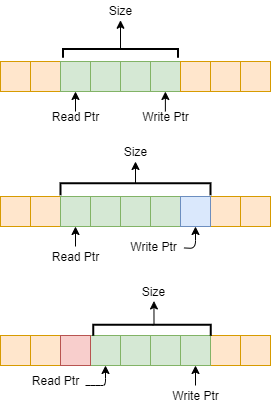
Above: Diagrams/ringBufferBasics.png in Hannsel101/PCIP_Intern_Proj_1 (draw.io), before the change. Source tidied: cells renumbered, new cells last; positions are measured from the earlier drawing's top-left corner, leaving out a move shared by most shapes. Its diagram source:
```xml
<mxGraphModel>
  <root>
    <mxCell id="0" />
    <mxCell id="1" parent="0" />
    <mxCell id="2" style="whiteSpace=wrap;html=1;fillColor=#ffe6cc;strokeColor=#d79b00;" parent="1" vertex="1">
      <mxGeometry y="66" width="30" height="30" as="geometry" />
    </mxCell>
    <mxCell id="3" style="whiteSpace=wrap;html=1;fillColor=#d5e8d4;strokeColor=#82b366;" parent="1" vertex="1">
      <mxGeometry x="120" y="66" width="30" height="30" as="geometry" />
    </mxCell>
    <mxCell id="4" style="whiteSpace=wrap;html=1;fillColor=#d5e8d4;strokeColor=#82b366;" parent="1" vertex="1">
      <mxGeometry x="90" y="66" width="30" height="30" as="geometry" />
    </mxCell>
    <mxCell id="5" style="whiteSpace=wrap;html=1;fillColor=#d5e8d4;strokeColor=#82b366;" parent="1" vertex="1">
      <mxGeometry x="150" y="66" width="30" height="30" as="geometry" />
    </mxCell>
    <mxCell id="6" style="whiteSpace=wrap;html=1;fillColor=#ffe6cc;strokeColor=#d79b00;" parent="1" vertex="1">
      <mxGeometry x="210" y="66" width="30" height="30" as="geometry" />
    </mxCell>
    <mxCell id="7" style="whiteSpace=wrap;html=1;fillColor=#ffe6cc;strokeColor=#d79b00;" parent="1" vertex="1">
      <mxGeometry x="240" y="66" width="30" height="30" as="geometry" />
    </mxCell>
    <mxCell id="8" style="whiteSpace=wrap;html=1;fillColor=#ffe6cc;strokeColor=#d79b00;" parent="1" vertex="1">
      <mxGeometry x="180" y="66" width="30" height="30" as="geometry" />
    </mxCell>
    <mxCell id="9" style="whiteSpace=wrap;html=1;fillColor=#ffe6cc;strokeColor=#d79b00;" parent="1" vertex="1">
      <mxGeometry x="30" y="66" width="30" height="30" as="geometry" />
    </mxCell>
    <mxCell id="10" style="whiteSpace=wrap;html=1;fillColor=#d5e8d4;strokeColor=#82b366;" parent="1" vertex="1">
      <mxGeometry x="60" y="66" width="30" height="30" as="geometry" />
    </mxCell>
    <mxCell id="11" style="endArrow=classic;html=1;entryX=0.5;entryY=1;entryDx=0;entryDy=0;" parent="1" edge="1" target="10">
      <mxGeometry relative="1" as="geometry">
        <mxPoint x="75" y="116" as="sourcePoint" />
      </mxGeometry>
    </mxCell>
    <mxCell id="12" value="Read Ptr" style="text;html=1;align=center;verticalAlign=middle;" parent="1" vertex="1">
      <mxGeometry x="45" y="111" width="60" height="20" as="geometry" />
    </mxCell>
    <mxCell id="13" style="endArrow=classic;html=1;entryX=0.5;entryY=1;entryDx=0;entryDy=0;" parent="1" edge="1">
      <mxGeometry relative="1" as="geometry">
        <mxPoint x="164.9" y="116" as="sourcePoint" />
        <mxPoint x="164.9" y="96" as="targetPoint" />
      </mxGeometry>
    </mxCell>
    <mxCell id="14" value="Write Ptr" style="text;html=1;align=center;verticalAlign=middle;" parent="1" vertex="1">
      <mxGeometry x="135" y="111" width="60" height="20" as="geometry" />
    </mxCell>
    <mxCell id="15" style="strokeWidth=2;html=1;shape=mxgraph.flowchart.annotation_1;align=left;rotation=90;" parent="1" vertex="1">
      <mxGeometry x="115.6" y="0.4" width="8.8" height="115" as="geometry" />
    </mxCell>
    <mxCell id="16" style="endArrow=classic;html=1;exitX=0;exitY=0.5;exitDx=0;exitDy=0;exitPerimeter=0;" parent="1" edge="1" source="15">
      <mxGeometry relative="1" as="geometry">
        <mxPoint x="120" y="24.8" as="targetPoint" />
      </mxGeometry>
    </mxCell>
    <mxCell id="17" value="Size" style="text;html=1;align=center;verticalAlign=middle;" parent="1" vertex="1">
      <mxGeometry x="100" y="4.8" width="40" height="20" as="geometry" />
    </mxCell>
    <mxCell id="18" style="whiteSpace=wrap;html=1;fillColor=#ffe6cc;strokeColor=#d79b00;" parent="1" vertex="1">
      <mxGeometry y="201" width="30" height="30" as="geometry" />
    </mxCell>
    <mxCell id="19" style="whiteSpace=wrap;html=1;fillColor=#d5e8d4;strokeColor=#82b366;" parent="1" vertex="1">
      <mxGeometry x="120" y="201" width="30" height="30" as="geometry" />
    </mxCell>
    <mxCell id="20" style="whiteSpace=wrap;html=1;fillColor=#d5e8d4;strokeColor=#82b366;" parent="1" vertex="1">
      <mxGeometry x="90" y="201" width="30" height="30" as="geometry" />
    </mxCell>
    <mxCell id="21" style="whiteSpace=wrap;html=1;fillColor=#d5e8d4;strokeColor=#82b366;" parent="1" vertex="1">
      <mxGeometry x="150" y="201" width="30" height="30" as="geometry" />
    </mxCell>
    <mxCell id="22" style="whiteSpace=wrap;html=1;fillColor=#ffe6cc;strokeColor=#d79b00;" parent="1" vertex="1">
      <mxGeometry x="210" y="201" width="30" height="30" as="geometry" />
    </mxCell>
    <mxCell id="23" style="whiteSpace=wrap;html=1;fillColor=#ffe6cc;strokeColor=#d79b00;" parent="1" vertex="1">
      <mxGeometry x="240" y="201" width="30" height="30" as="geometry" />
    </mxCell>
    <mxCell id="24" style="whiteSpace=wrap;html=1;fillColor=#dae8fc;strokeColor=#6c8ebf;" parent="1" vertex="1">
      <mxGeometry x="180" y="201" width="30" height="30" as="geometry" />
    </mxCell>
    <mxCell id="25" style="whiteSpace=wrap;html=1;fillColor=#ffe6cc;strokeColor=#d79b00;" parent="1" vertex="1">
      <mxGeometry x="30" y="201" width="30" height="30" as="geometry" />
    </mxCell>
    <mxCell id="26" style="whiteSpace=wrap;html=1;fillColor=#d5e8d4;strokeColor=#82b366;" parent="1" vertex="1">
      <mxGeometry x="60" y="201" width="30" height="30" as="geometry" />
    </mxCell>
    <mxCell id="27" style="endArrow=classic;html=1;entryX=0.5;entryY=1;entryDx=0;entryDy=0;" parent="1" edge="1" target="26">
      <mxGeometry relative="1" as="geometry">
        <mxPoint x="75" y="251" as="sourcePoint" />
      </mxGeometry>
    </mxCell>
    <mxCell id="28" value="Read Ptr" style="text;html=1;align=center;verticalAlign=middle;" parent="1" vertex="1">
      <mxGeometry x="45" y="251" width="60" height="20" as="geometry" />
    </mxCell>
    <mxCell id="29" style="endArrow=classic;html=1;entryX=0.5;entryY=1;entryDx=0;entryDy=0;" parent="1" edge="1" source="30" target="24">
      <mxGeometry relative="1" as="geometry">
        <Array as="points">
          <mxPoint x="195" y="253" />
        </Array>
      </mxGeometry>
    </mxCell>
    <mxCell id="30" value="Write Ptr" style="text;html=1;align=center;verticalAlign=middle;points=[];" parent="1" vertex="1">
      <mxGeometry x="123.4" y="241" width="60" height="20" as="geometry" />
    </mxCell>
    <mxCell id="31" style="edgeStyle=orthogonalEdgeStyle;rounded=0;jettySize=auto;html=1;exitX=0;exitY=0.5;exitDx=0;exitDy=0;exitPerimeter=0;" parent="1" edge="1" source="32">
      <mxGeometry relative="1" as="geometry">
        <mxPoint x="135" y="166" as="targetPoint" />
      </mxGeometry>
    </mxCell>
    <mxCell id="32" style="strokeWidth=2;html=1;shape=mxgraph.flowchart.annotation_1;align=left;rotation=90;" parent="1" vertex="1">
      <mxGeometry x="129.1" y="118.8" width="11.9" height="150" as="geometry" />
    </mxCell>
    <mxCell id="33" value="Size" style="text;html=1;align=center;verticalAlign=middle;" parent="1" vertex="1">
      <mxGeometry x="115" y="146" width="40" height="20" as="geometry" />
    </mxCell>
    <mxCell id="34" style="whiteSpace=wrap;html=1;fillColor=#ffe6cc;strokeColor=#d79b00;" parent="1" vertex="1">
      <mxGeometry y="340" width="30" height="30" as="geometry" />
    </mxCell>
    <mxCell id="35" style="whiteSpace=wrap;html=1;fillColor=#d5e8d4;strokeColor=#82b366;" parent="1" vertex="1">
      <mxGeometry x="120" y="340" width="30" height="30" as="geometry" />
    </mxCell>
    <mxCell id="36" style="whiteSpace=wrap;html=1;fillColor=#d5e8d4;strokeColor=#82b366;" parent="1" vertex="1">
      <mxGeometry x="90" y="340" width="30" height="30" as="geometry" />
    </mxCell>
    <mxCell id="37" style="whiteSpace=wrap;html=1;fillColor=#d5e8d4;strokeColor=#82b366;" parent="1" vertex="1">
      <mxGeometry x="150" y="340" width="30" height="30" as="geometry" />
    </mxCell>
    <mxCell id="38" style="whiteSpace=wrap;html=1;fillColor=#ffe6cc;strokeColor=#d79b00;" parent="1" vertex="1">
      <mxGeometry x="210" y="340" width="30" height="30" as="geometry" />
    </mxCell>
    <mxCell id="39" style="whiteSpace=wrap;html=1;fillColor=#ffe6cc;strokeColor=#d79b00;" parent="1" vertex="1">
      <mxGeometry x="240" y="340" width="30" height="30" as="geometry" />
    </mxCell>
    <mxCell id="40" style="whiteSpace=wrap;html=1;fillColor=#d5e8d4;strokeColor=#82b366;" parent="1" vertex="1">
      <mxGeometry x="180" y="340" width="30" height="30" as="geometry" />
    </mxCell>
    <mxCell id="41" style="whiteSpace=wrap;html=1;fillColor=#ffe6cc;strokeColor=#d79b00;" parent="1" vertex="1">
      <mxGeometry x="30" y="340" width="30" height="30" as="geometry" />
    </mxCell>
    <mxCell id="42" style="whiteSpace=wrap;html=1;fillColor=#f8cecc;strokeColor=#b85450;" parent="1" vertex="1">
      <mxGeometry x="60" y="340" width="30" height="30" as="geometry" />
    </mxCell>
    <mxCell id="43" value="Read Ptr" style="text;html=1;align=center;verticalAlign=middle;" parent="1" vertex="1">
      <mxGeometry x="25" y="375" width="60" height="20" as="geometry" />
    </mxCell>
    <mxCell id="44" style="edgeStyle=orthogonalEdgeStyle;rounded=0;jettySize=auto;html=1;exitX=0;exitY=0.5;exitDx=0;exitDy=0;exitPerimeter=0;" parent="1" edge="1" source="45">
      <mxGeometry relative="1" as="geometry">
        <mxPoint x="153.4" y="305.5" as="targetPoint" />
        <Array as="points">
          <mxPoint x="153.4" y="329.5" />
        </Array>
      </mxGeometry>
    </mxCell>
    <mxCell id="45" style="strokeWidth=2;html=1;shape=mxgraph.flowchart.annotation_1;align=left;rotation=90;" parent="1" vertex="1">
      <mxGeometry x="146.1" y="276" width="10.9" height="117.5" as="geometry" />
    </mxCell>
    <mxCell id="46" style="endArrow=classic;html=1;entryX=0.5;entryY=1;entryDx=0;entryDy=0;" parent="1" edge="1">
      <mxGeometry relative="1" as="geometry">
        <mxPoint x="195" y="390" as="sourcePoint" />
        <mxPoint x="195" y="370" as="targetPoint" />
      </mxGeometry>
    </mxCell>
    <mxCell id="47" value="Write Ptr" style="text;html=1;align=center;verticalAlign=middle;" parent="1" vertex="1">
      <mxGeometry x="165" y="390" width="60" height="20" as="geometry" />
    </mxCell>
    <mxCell id="48" style="endArrow=classic;html=1;entryX=0.5;entryY=1;entryDx=0;entryDy=0;" parent="1" edge="1">
      <mxGeometry relative="1" as="geometry">
        <mxPoint x="85" y="390" as="sourcePoint" />
        <mxPoint x="105" y="370" as="targetPoint" />
        <Array as="points">
          <mxPoint x="95" y="390" />
          <mxPoint x="105" y="390" />
        </Array>
      </mxGeometry>
    </mxCell>
    <mxCell id="49" value="Size" style="text;html=1;align=center;verticalAlign=middle;" parent="1" vertex="1">
      <mxGeometry x="133.4" y="286.5" width="40" height="20" as="geometry" />
    </mxCell>
  </root>
</mxGraphModel>
```
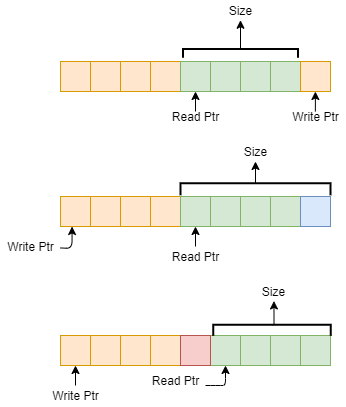
After the commit.

What changed in the source:
```diff
@@ -15,10 +15,10 @@
       <mxGeometry x="150" y="66" width="30" height="30" as="geometry" />
     </mxCell>
     <mxCell id="6" style="whiteSpace=wrap;html=1;fillColor=#ffe6cc;strokeColor=#d79b00;" parent="1" vertex="1">
-      <mxGeometry x="210" y="66" width="30" height="30" as="geometry" />
+      <mxGeometry x="-60" y="66" width="30" height="30" as="geometry" />
     </mxCell>
     <mxCell id="7" style="whiteSpace=wrap;html=1;fillColor=#ffe6cc;strokeColor=#d79b00;" parent="1" vertex="1">
-      <mxGeometry x="240" y="66" width="30" height="30" as="geometry" />
+      <mxGeometry x="-30" y="66" width="30" height="30" as="geometry" />
     </mxCell>
     <mxCell id="8" style="whiteSpace=wrap;html=1;fillColor=#ffe6cc;strokeColor=#d79b00;" parent="1" vertex="1">
       <mxGeometry x="180" y="66" width="30" height="30" as="geometry" />
@@ -39,12 +39,12 @@
     </mxCell>
     <mxCell id="13" style="endArrow=classic;html=1;entryX=0.5;entryY=1;entryDx=0;entryDy=0;" parent="1" edge="1">
       <mxGeometry relative="1" as="geometry">
-        <mxPoint x="164.9" y="116" as="sourcePoint" />
-        <mxPoint x="164.9" y="96" as="targetPoint" />
+        <mxPoint x="194.9" y="116" as="sourcePoint" />
+        <mxPoint x="194.9" y="96" as="targetPoint" />
       </mxGeometry>
     </mxCell>
     <mxCell id="14" value="Write Ptr" style="text;html=1;align=center;verticalAlign=middle;" parent="1" vertex="1">
-      <mxGeometry x="135" y="111" width="60" height="20" as="geometry" />
+      <mxGeometry x="165" y="111" width="60" height="20" as="geometry" />
     </mxCell>
     <mxCell id="15" style="strokeWidth=2;html=1;shape=mxgraph.flowchart.annotation_1;align=left;rotation=90;" parent="1" vertex="1">
       <mxGeometry x="115.6" y="0.4" width="8.8" height="115" as="geometry" />
@@ -70,10 +70,10 @@
       <mxGeometry x="150" y="201" width="30" height="30" as="geometry" />
     </mxCell>
     <mxCell id="22" style="whiteSpace=wrap;html=1;fillColor=#ffe6cc;strokeColor=#d79b00;" parent="1" vertex="1">
-      <mxGeometry x="210" y="201" width="30" height="30" as="geometry" />
+      <mxGeometry x="-30" y="201" width="30" height="30" as="geometry" />
     </mxCell>
     <mxCell id="23" style="whiteSpace=wrap;html=1;fillColor=#ffe6cc;strokeColor=#d79b00;" parent="1" vertex="1">
-      <mxGeometry x="240" y="201" width="30" height="30" as="geometry" />
+      <mxGeometry x="-60" y="201" width="30" height="30" as="geometry" />
     </mxCell>
     <mxCell id="24" style="whiteSpace=wrap;html=1;fillColor=#dae8fc;strokeColor=#6c8ebf;" parent="1" vertex="1">
       <mxGeometry x="180" y="201" width="30" height="30" as="geometry" />
@@ -92,15 +92,16 @@
     <mxCell id="28" value="Read Ptr" style="text;html=1;align=center;verticalAlign=middle;" parent="1" vertex="1">
       <mxGeometry x="45" y="251" width="60" height="20" as="geometry" />
     </mxCell>
-    <mxCell id="29" style="endArrow=classic;html=1;entryX=0.5;entryY=1;entryDx=0;entryDy=0;" parent="1" edge="1" source="30" target="24">
+    <mxCell id="29" style="endArrow=classic;html=1;entryX=0.5;entryY=1;entryDx=0;entryDy=0;" parent="1" edge="1" source="30">
       <mxGeometry relative="1" as="geometry">
+        <mxPoint x="-48.4" y="231" as="targetPoint" />
         <Array as="points">
-          <mxPoint x="195" y="253" />
+          <mxPoint x="-48.4" y="253" />
         </Array>
       </mxGeometry>
     </mxCell>
     <mxCell id="30" value="Write Ptr" style="text;html=1;align=center;verticalAlign=middle;points=[];" parent="1" vertex="1">
-      <mxGeometry x="123.4" y="241" width="60" height="20" as="geometry" />
+      <mxGeometry x="-120" y="241" width="60" height="20" as="geometry" />
     </mxCell>
     <mxCell id="31" style="edgeStyle=orthogonalEdgeStyle;rounded=0;jettySize=auto;html=1;exitX=0;exitY=0.5;exitDx=0;exitDy=0;exitPerimeter=0;" parent="1" edge="1" source="32">
       <mxGeometry relative="1" as="geometry">
@@ -126,10 +127,10 @@
       <mxGeometry x="150" y="340" width="30" height="30" as="geometry" />
     </mxCell>
     <mxCell id="38" style="whiteSpace=wrap;html=1;fillColor=#ffe6cc;strokeColor=#d79b00;" parent="1" vertex="1">
-      <mxGeometry x="210" y="340" width="30" height="30" as="geometry" />
+      <mxGeometry x="-30" y="340" width="30" height="30" as="geometry" />
     </mxCell>
     <mxCell id="39" style="whiteSpace=wrap;html=1;fillColor=#ffe6cc;strokeColor=#d79b00;" parent="1" vertex="1">
-      <mxGeometry x="240" y="340" width="30" height="30" as="geometry" />
+      <mxGeometry x="-60" y="340" width="30" height="30" as="geometry" />
     </mxCell>
     <mxCell id="40" style="whiteSpace=wrap;html=1;fillColor=#d5e8d4;strokeColor=#82b366;" parent="1" vertex="1">
       <mxGeometry x="180" y="340" width="30" height="30" as="geometry" />
@@ -156,12 +157,12 @@
     </mxCell>
     <mxCell id="46" style="endArrow=classic;html=1;entryX=0.5;entryY=1;entryDx=0;entryDy=0;" parent="1" edge="1">
       <mxGeometry relative="1" as="geometry">
-        <mxPoint x="195" y="390" as="sourcePoint" />
-        <mxPoint x="195" y="370" as="targetPoint" />
+        <mxPoint x="-45" y="390" as="sourcePoint" />
+        <mxPoint x="-45" y="370" as="targetPoint" />
       </mxGeometry>
     </mxCell>
     <mxCell id="47" value="Write Ptr" style="text;html=1;align=center;verticalAlign=middle;" parent="1" vertex="1">
-      <mxGeometry x="165" y="390" width="60" height="20" as="geometry" />
+      <mxGeometry x="-75" y="390" width="60" height="20" as="geometry" />
     </mxCell>
     <mxCell id="48" style="endArrow=classic;html=1;entryX=0.5;entryY=1;entryDx=0;entryDy=0;" parent="1" edge="1">
       <mxGeometry relative="1" as="geometry">
```
